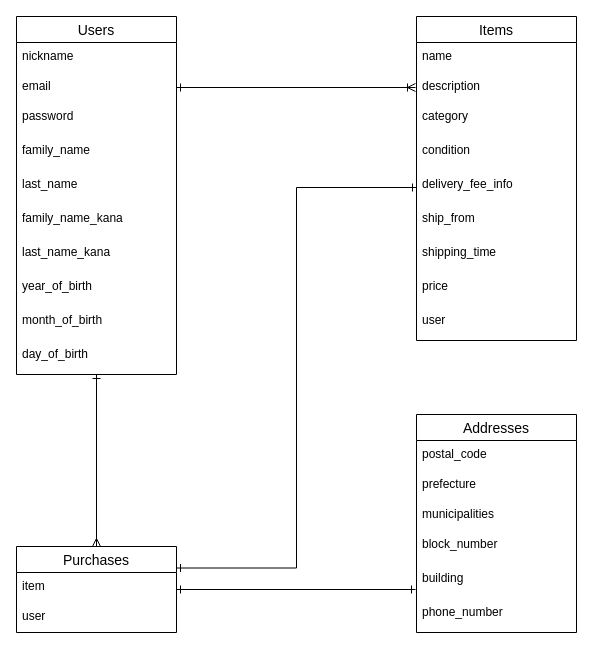
This is furima.dio from tetsu9265/furima-31526, a draw.io file, before an edit. Source tidied: cells renumbered, new cells numbered last; positions are measured from the earlier drawing's top-left corner, leaving out a move shared by most shapes. Both pictures are drawn from the tidied source at 100%, with x=0, y=0 at pixel (16, 16).
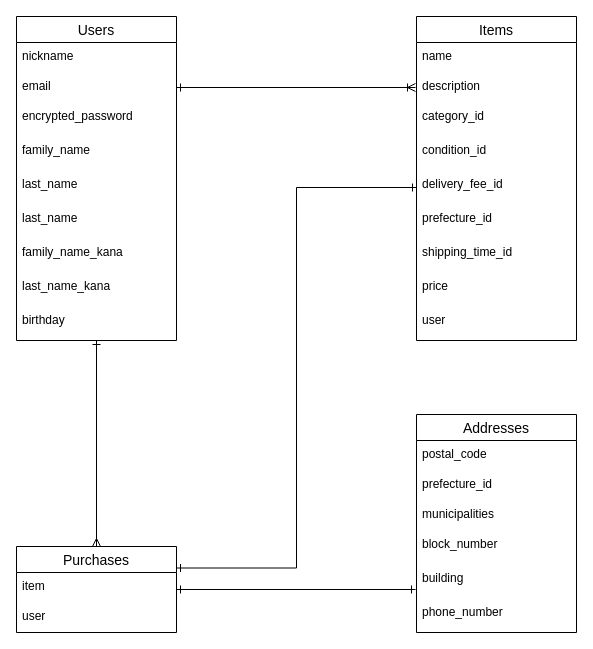
The same page after the edit.

Commit message (it also covers changes not shown here):
ER図、READMEへの記述の修正

The change refers to these unchanged cells:
```xml
<mxCell id="14" value="Items" style="swimlane;fontStyle=0;horizontal=1;startSize=26;align=center;fontSize=14;" parent="1" vertex="1">
  <mxGeometry x="400" width="160" height="324" as="geometry" />
</mxCell>
<mxCell id="28" value="Addresses" style="swimlane;fontStyle=0;horizontal=1;startSize=26;align=center;fontSize=14;" parent="1" vertex="1">
  <mxGeometry x="400" y="398" width="160" height="218" as="geometry" />
</mxCell>
```

The edit, as a diff of the source:
```diff
@@
     <mxCell id="3" value="Users" style="swimlane;fontStyle=0;horizontal=1;startSize=26;align=center;fontSize=14;" parent="1" vertex="1">
-      <mxGeometry width="160" height="358" as="geometry" />
+      <mxGeometry width="160" height="324" as="geometry" />
     </mxCell>
@@
-    <mxCell id="6" value="password" style="text;strokeColor=none;spacingLeft=4;spacingRight=4;overflow=hidden;fontSize=12;shadow=0;" parent="3" vertex="1">
+    <mxCell id="6" value="encrypted_password" style="text;strokeColor=none;spacingLeft=4;spacingRight=4;overflow=hidden;fontSize=12;shadow=0;" parent="3" vertex="1">
       <mxGeometry y="86" width="160" height="34" as="geometry" />
     </mxCell>
@@
+    <mxCell id="37" value="last_name" style="text;strokeColor=none;spacingLeft=4;spacingRight=4;overflow=hidden;fontSize=12;shadow=0;" parent="3" vertex="1">
+      <mxGeometry y="154" width="160" height="34" as="geometry" />
+    </mxCell>
     <mxCell id="8" value="last_name" style="text;strokeColor=none;spacingLeft=4;spacingRight=4;overflow=hidden;fontSize=12;shadow=0;" parent="3" vertex="1">
-      <mxGeometry y="154" width="160" height="34" as="geometry" />
+      <mxGeometry y="188" width="160" height="34" as="geometry" />
     </mxCell>
     <mxCell id="9" value="family_name_kana" style="text;strokeColor=none;spacingLeft=4;spacingRight=4;overflow=hidden;fontSize=12;shadow=0;" parent="3" vertex="1">
-      <mxGeometry y="188" width="160" height="34" as="geometry" />
+      <mxGeometry y="222" width="160" height="34" as="geometry" />
     </mxCell>
     <mxCell id="10" value="last_name_kana" style="text;strokeColor=none;spacingLeft=4;spacingRight=4;overflow=hidden;fontSize=12;shadow=0;" parent="3" vertex="1">
-      <mxGeometry y="222" width="160" height="34" as="geometry" />
+      <mxGeometry y="256" width="160" height="34" as="geometry" />
     </mxCell>
-    <mxCell id="11" value="year_of_birth" style="text;strokeColor=none;spacingLeft=4;spacingRight=4;overflow=hidden;fontSize=12;shadow=0;" parent="3" vertex="1">
-      <mxGeometry y="256" width="160" height="34" as="geometry" />
+    <mxCell id="11" value="birthday" style="text;strokeColor=none;spacingLeft=4;spacingRight=4;overflow=hidden;fontSize=12;shadow=0;" parent="3" vertex="1">
+      <mxGeometry y="290" width="160" height="34" as="geometry" />
     </mxCell>
-    <mxCell id="12" value="month_of_birth" style="text;strokeColor=none;spacingLeft=4;spacingRight=4;overflow=hidden;fontSize=12;shadow=0;" parent="3" vertex="1">
-      <mxGeometry y="290" width="160" height="34" as="geometry" />
-    </mxCell>
-    <mxCell id="13" value="day_of_birth" style="text;strokeColor=none;spacingLeft=4;spacingRight=4;overflow=hidden;fontSize=12;shadow=0;" parent="3" vertex="1">
-      <mxGeometry y="324" width="160" height="34" as="geometry" />
-    </mxCell>
@@
-    <mxCell id="17" value="category" style="text;strokeColor=none;spacingLeft=4;spacingRight=4;overflow=hidden;fontSize=12;shadow=0;" parent="14" vertex="1">
+    <mxCell id="17" value="category_id" style="text;strokeColor=none;spacingLeft=4;spacingRight=4;overflow=hidden;fontSize=12;shadow=0;" parent="14" vertex="1">
       <mxGeometry y="86" width="160" height="34" as="geometry" />
     </mxCell>
-    <mxCell id="18" value="condition" style="text;strokeColor=none;spacingLeft=4;spacingRight=4;overflow=hidden;fontSize=12;shadow=0;" parent="14" vertex="1">
+    <mxCell id="18" value="condition_id" style="text;strokeColor=none;spacingLeft=4;spacingRight=4;overflow=hidden;fontSize=12;shadow=0;" parent="14" vertex="1">
       <mxGeometry y="120" width="160" height="34" as="geometry" />
     </mxCell>
-    <mxCell id="19" value="delivery_fee_info" style="text;strokeColor=none;spacingLeft=4;spacingRight=4;overflow=hidden;points=[[0,0.5],[1,0.5]];portConstraint=eastwest;fontSize=12;shadow=0;" parent="14" vertex="1">
+    <mxCell id="19" value="delivery_fee_id" style="text;strokeColor=none;spacingLeft=4;spacingRight=4;overflow=hidden;points=[[0,0.5],[1,0.5]];portConstraint=eastwest;fontSize=12;shadow=0;" parent="14" vertex="1">
       <mxGeometry y="154" width="160" height="34" as="geometry" />
     </mxCell>
-    <mxCell id="20" value="ship_from" style="text;strokeColor=none;spacingLeft=4;spacingRight=4;overflow=hidden;fontSize=12;shadow=0;" parent="14" vertex="1">
+    <mxCell id="20" value="prefecture_id" style="text;strokeColor=none;spacingLeft=4;spacingRight=4;overflow=hidden;fontSize=12;shadow=0;" parent="14" vertex="1">
       <mxGeometry y="188" width="160" height="34" as="geometry" />
     </mxCell>
-    <mxCell id="21" value="shipping_time" style="text;strokeColor=none;spacingLeft=4;spacingRight=4;overflow=hidden;fontSize=12;shadow=0;" parent="14" vertex="1">
+    <mxCell id="21" value="shipping_time_id" style="text;strokeColor=none;spacingLeft=4;spacingRight=4;overflow=hidden;fontSize=12;shadow=0;" parent="14" vertex="1">
       <mxGeometry y="222" width="160" height="34" as="geometry" />
     </mxCell>
@@
-    <mxCell id="30" value="prefecture" style="text;strokeColor=none;fillColor=none;spacingLeft=4;spacingRight=4;overflow=hidden;fontSize=12;" parent="28" vertex="1">
+    <mxCell id="30" value="prefecture_id" style="text;strokeColor=none;fillColor=none;spacingLeft=4;spacingRight=4;overflow=hidden;fontSize=12;" parent="28" vertex="1">
       <mxGeometry y="56" width="160" height="30" as="geometry" />
     </mxCell>
```
